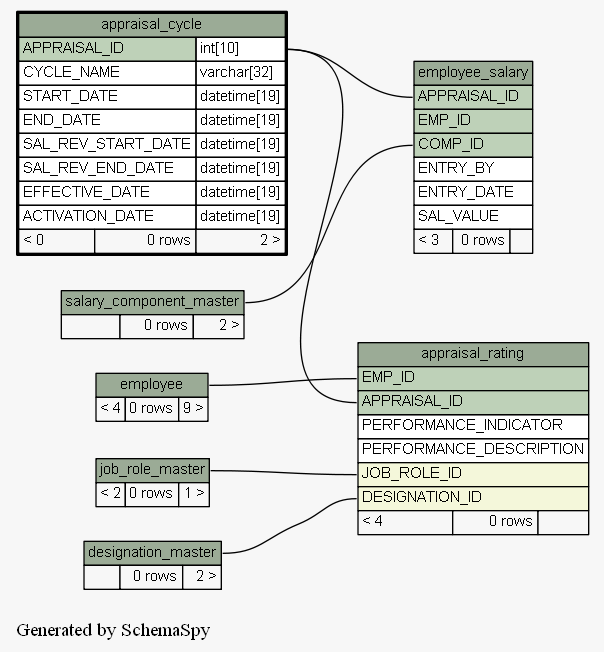
Earlier version of the Graphviz export docs/database/schemaspy/graphs/appraisal_cycle.2degrees.png (engineerscraft/hrms). Its source is kept beside it as docs/database/schemaspy/graphs/appraisal_cycle.2degrees.dot.
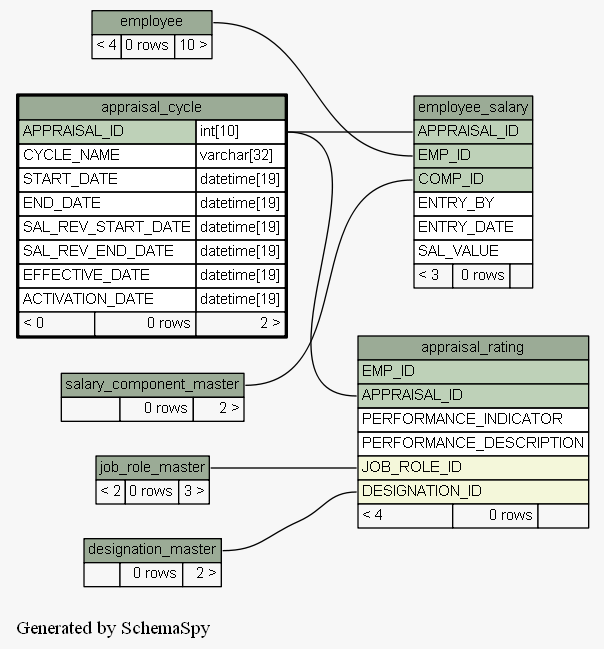
After the change.

The edit, as a diff of the source:
```diff
@@ -15,10 +15,10 @@
   ];
   "appraisal_rating":"APPRAISAL_ID":w -> "appraisal_cycle":"APPRAISAL_ID.type":e [arrowtail=crowtee arrowhead=none];
   "appraisal_rating":"DESIGNATION_ID":w -> "designation_master":"designation_master.heading":e [arrowtail=crowodot arrowhead=none];
-  "appraisal_rating":"EMP_ID":w -> "employee":"employee.heading":e [arrowtail=crowtee arrowhead=none];
   "appraisal_rating":"JOB_ROLE_ID":w -> "job_role_master":"job_role_master.heading":e [arrowtail=crowodot arrowhead=none];
   "employee_salary":"APPRAISAL_ID":w -> "appraisal_cycle":"APPRAISAL_ID.type":e [arrowtail=crowtee arrowhead=none];
   "employee_salary":"COMP_ID":w -> "salary_component_master":"salary_component_master.heading":e [arrowtail=crowtee arrowhead=none];
+  "employee_salary":"EMP_ID":w -> "employee":"employee.heading":e [arrowtail=crowtee arrowhead=none];
   "appraisal_cycle" [
     label=<
     <TABLE BORDER="2" CELLBORDER="1" CELLSPACING="0" BGCOLOR="#ffffff">
@@ -64,7 +64,7 @@
     label=<
     <TABLE BORDER="0" CELLBORDER="1" CELLSPACING="0" BGCOLOR="#ffffff">
       <TR><TD PORT="employee.heading" COLSPAN="3" BGCOLOR="#9bab96" ALIGN="CENTER">employee</TD></TR>
-      <TR><TD ALIGN="LEFT" BGCOLOR="#f7f7f7">&lt; 4</TD><TD ALIGN="RIGHT" BGCOLOR="#f7f7f7">0 rows</TD><TD ALIGN="RIGHT" BGCOLOR="#f7f7f7">9 &gt;</TD></TR>
+      <TR><TD ALIGN="LEFT" BGCOLOR="#f7f7f7">&lt; 4</TD><TD ALIGN="RIGHT" BGCOLOR="#f7f7f7">0 rows</TD><TD ALIGN="RIGHT" BGCOLOR="#f7f7f7">10 &gt;</TD></TR>
     </TABLE>>
     URL="employee.html#graph"
     tooltip="employee"
@@ -88,7 +88,7 @@
     label=<
     <TABLE BORDER="0" CELLBORDER="1" CELLSPACING="0" BGCOLOR="#ffffff">
       <TR><TD PORT="job_role_master.heading" COLSPAN="3" BGCOLOR="#9bab96" ALIGN="CENTER">job_role_master</TD></TR>
-      <TR><TD ALIGN="LEFT" BGCOLOR="#f7f7f7">&lt; 2</TD><TD ALIGN="RIGHT" BGCOLOR="#f7f7f7">0 rows</TD><TD ALIGN="RIGHT" BGCOLOR="#f7f7f7">1 &gt;</TD></TR>
+      <TR><TD ALIGN="LEFT" BGCOLOR="#f7f7f7">&lt; 2</TD><TD ALIGN="RIGHT" BGCOLOR="#f7f7f7">0 rows</TD><TD ALIGN="RIGHT" BGCOLOR="#f7f7f7">3 &gt;</TD></TR>
     </TABLE>>
     URL="job_role_master.html#graph"
     tooltip="job_role_master"
```
